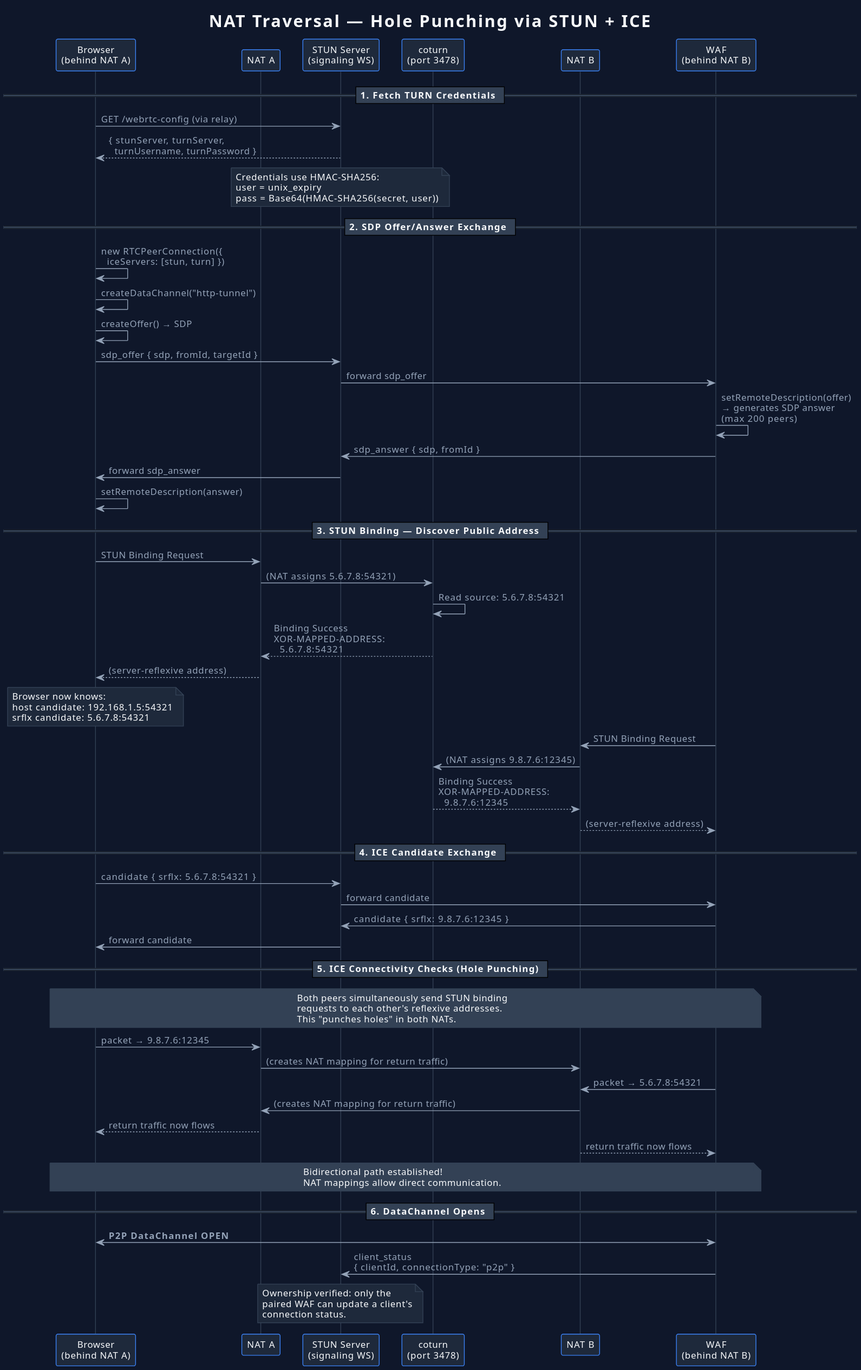
Above: bridges/punchd-bridge/docs/diagrams/hole-punching.svg in tide-foundation/keylessh-m2 (PlantUML), before the change. Source of this version:
```plantuml
@startuml
!theme plain
title NAT Traversal — Hole Punching via STUN + ICE

skinparam {
  backgroundColor #0f172a
  defaultFontColor #f8fafc
  defaultFontName "Segoe UI"
  defaultFontSize 12
  SequenceLifeLineBorderColor #334155
  SequenceLifeLineBackgroundColor #1e293b
  ParticipantBackgroundColor #1e293b
  ParticipantBorderColor #3b82f6
  ParticipantFontColor #f8fafc
  ArrowColor #94a3b8
  ArrowFontColor #94a3b8
  NoteBackgroundColor #1e293b
  NoteBorderColor #334155
  NoteFontColor #f8fafc
  SequenceGroupBackgroundColor #1e293b
  SequenceGroupBorderColor #334155
  SequenceDividerBackgroundColor #334155
  SequenceDividerFontColor #f8fafc
}

participant "Browser\n(behind NAT A)" as browser #1e293b
participant "NAT A" as natA #1e293b
participant "STUN Server\n(signaling WS)" as sig #1e293b
participant "coturn\n(port 3478)" as stun #1e293b
participant "NAT B" as natB #1e293b
participant "WAF\n(behind NAT B)" as waf #1e293b

== 1. Fetch TURN Credentials ==

browser -> sig : GET /webrtc-config (via relay)
sig --> browser : { stunServer, turnServer,\n  turnUsername, turnPassword }

note over sig
  Credentials use HMAC-SHA256:
  user = unix_expiry
  pass = Base64(HMAC-SHA256(secret, user))
end note

== 2. SDP Offer/Answer Exchange ==

browser -> browser : new RTCPeerConnection({\n  iceServers: [stun, turn] })
browser -> browser : createDataChannel("http-tunnel")
browser -> browser : createOffer() → SDP

browser -> sig : sdp_offer { sdp, fromId, targetId }
sig -> waf : forward sdp_offer

waf -> waf : setRemoteDescription(offer)\n→ generates SDP answer\n(max 200 peers)

waf -> sig : sdp_answer { sdp, fromId }
sig -> browser : forward sdp_answer
browser -> browser : setRemoteDescription(answer)

== 3. STUN Binding — Discover Public Address ==

browser -> natA : STUN Binding Request
natA -> stun : (NAT assigns 5.6.7.8:54321)
stun -> stun : Read source: 5.6.7.8:54321

stun --> natA : Binding Success\nXOR-MAPPED-ADDRESS:\n  5.6.7.8:54321
natA --> browser : (server-reflexive address)

note over browser
  Browser now knows:
  host candidate: 192.168.1.5:54321
  srflx candidate: 5.6.7.8:54321
end note

waf -> natB : STUN Binding Request
natB -> stun : (NAT assigns 9.8.7.6:12345)
stun --> natB : Binding Success\nXOR-MAPPED-ADDRESS:\n  9.8.7.6:12345
natB --> waf : (server-reflexive address)

== 4. ICE Candidate Exchange ==

browser -> sig : candidate { srflx: 5.6.7.8:54321 }
sig -> waf : forward candidate

waf -> sig : candidate { srflx: 9.8.7.6:12345 }
sig -> browser : forward candidate

== 5. ICE Connectivity Checks (Hole Punching) ==

note over browser, waf #334155
  Both peers simultaneously send STUN binding
  requests to each other's reflexive addresses.
  This "punches holes" in both NATs.
end note

browser -> natA : packet → 9.8.7.6:12345
natA -> natB : (creates NAT mapping for return traffic)

waf -> natB : packet → 5.6.7.8:54321
natB -> natA : (creates NAT mapping for return traffic)

natA --> browser : return traffic now flows
natB --> waf : return traffic now flows

note over browser, waf #334155
  Bidirectional path established!
  NAT mappings allow direct communication.
end note

== 6. DataChannel Opens ==

browser <-> waf : **P2P DataChannel OPEN**

waf -> sig : client_status\n{ clientId, connectionType: "p2p" }

note over sig
  Ownership verified: only the
  paired WAF can update a client's
  connection status.
end note
@enduml
```
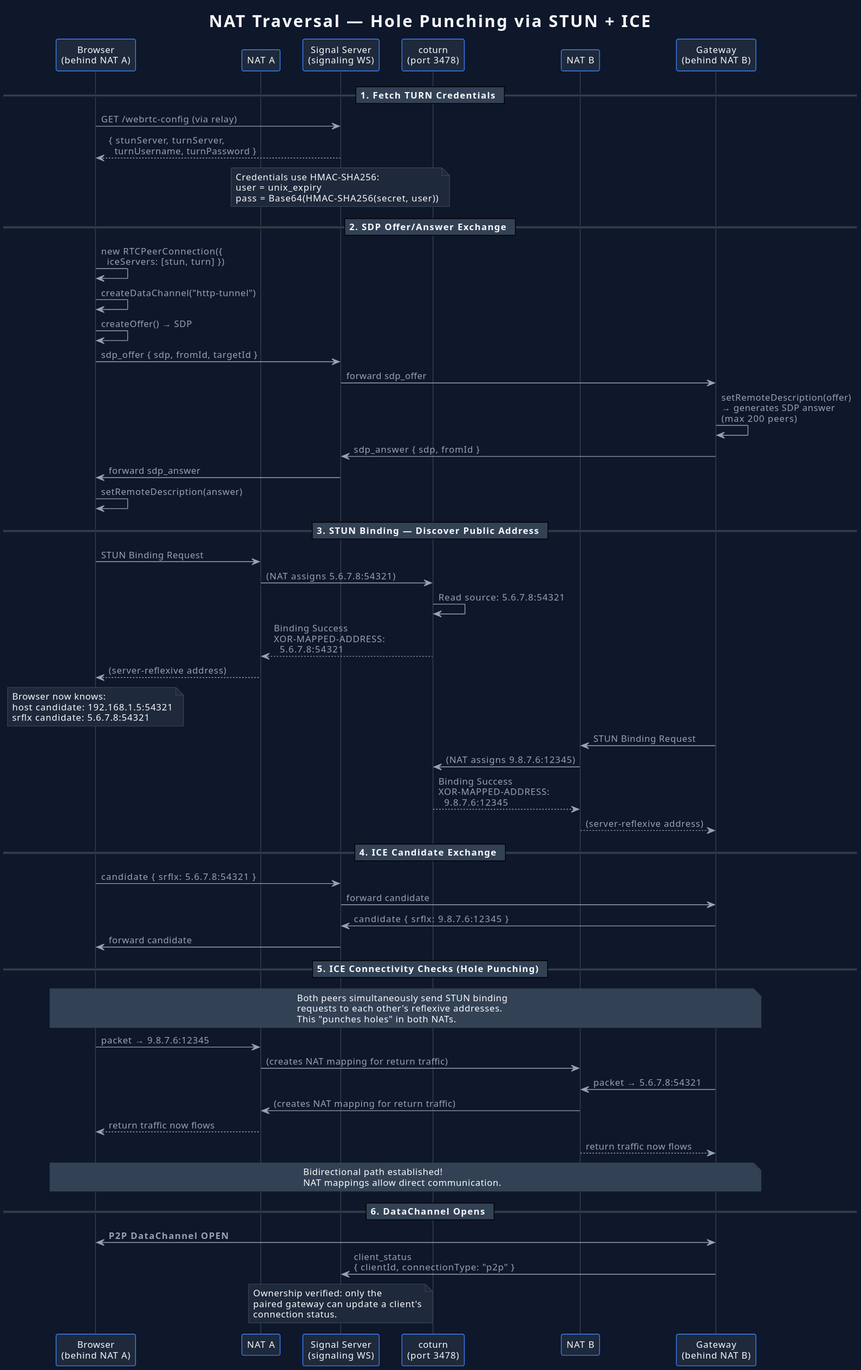
After the change.

Diff of the diagram source:
```diff
@@ -25,10 +25,10 @@
 
 participant "Browser\n(behind NAT A)" as browser #1e293b
 participant "NAT A" as natA #1e293b
-participant "STUN Server\n(signaling WS)" as sig #1e293b
+participant "Signal Server\n(signaling WS)" as sig #1e293b
 participant "coturn\n(port 3478)" as stun #1e293b
 participant "NAT B" as natB #1e293b
-participant "WAF\n(behind NAT B)" as waf #1e293b
+participant "Gateway\n(behind NAT B)" as gw #1e293b
 
 == 1. Fetch TURN Credentials ==
 
@@ -48,11 +48,11 @@
 browser -> browser : createOffer() → SDP
 
 browser -> sig : sdp_offer { sdp, fromId, targetId }
-sig -> waf : forward sdp_offer
+sig -> gw : forward sdp_offer
 
-waf -> waf : setRemoteDescription(offer)\n→ generates SDP answer\n(max 200 peers)
+gw -> gw : setRemoteDescription(offer)\n→ generates SDP answer\n(max 200 peers)
 
-waf -> sig : sdp_answer { sdp, fromId }
+gw -> sig : sdp_answer { sdp, fromId }
 sig -> browser : forward sdp_answer
 browser -> browser : setRemoteDescription(answer)
 
@@ -71,22 +71,22 @@
   srflx candidate: 5.6.7.8:54321
 end note
 
-waf -> natB : STUN Binding Request
+gw -> natB : STUN Binding Request
 natB -> stun : (NAT assigns 9.8.7.6:12345)
 stun --> natB : Binding Success\nXOR-MAPPED-ADDRESS:\n  9.8.7.6:12345
-natB --> waf : (server-reflexive address)
+natB --> gw : (server-reflexive address)
 
 == 4. ICE Candidate Exchange ==
 
 browser -> sig : candidate { srflx: 5.6.7.8:54321 }
-sig -> waf : forward candidate
+sig -> gw : forward candidate
 
-waf -> sig : candidate { srflx: 9.8.7.6:12345 }
+gw -> sig : candidate { srflx: 9.8.7.6:12345 }
 sig -> browser : forward candidate
 
 == 5. ICE Connectivity Checks (Hole Punching) ==
 
-note over browser, waf #334155
+note over browser, gw #334155
   Both peers simultaneously send STUN binding
   requests to each other's reflexive addresses.
   This "punches holes" in both NATs.
@@ -95,26 +95,26 @@
 browser -> natA : packet → 9.8.7.6:12345
 natA -> natB : (creates NAT mapping for return traffic)
 
-waf -> natB : packet → 5.6.7.8:54321
+gw -> natB : packet → 5.6.7.8:54321
 natB -> natA : (creates NAT mapping for return traffic)
 
 natA --> browser : return traffic now flows
-natB --> waf : return traffic now flows
+natB --> gw : return traffic now flows
 
-note over browser, waf #334155
+note over browser, gw #334155
   Bidirectional path established!
   NAT mappings allow direct communication.
 end note
 
 == 6. DataChannel Opens ==
 
-browser <-> waf : **P2P DataChannel OPEN**
+browser <-> gw : **P2P DataChannel OPEN**
 
-waf -> sig : client_status\n{ clientId, connectionType: "p2p" }
+gw -> sig : client_status\n{ clientId, connectionType: "p2p" }
 
 note over sig
   Ownership verified: only the
-  paired WAF can update a client's
+  paired gateway can update a client's
   connection status.
 end note
 @enduml
```
